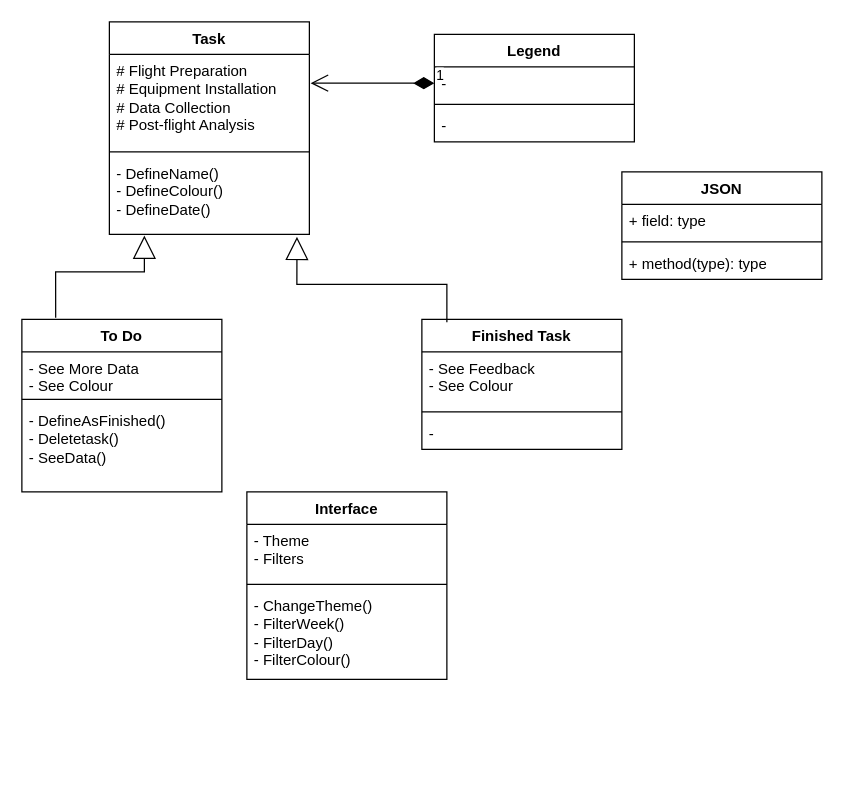
Earlier version of the draw.io diagram UML Diagram.drawio (AdrienMourotIPSA/Task-Manager-Interface_2ANB). Source tidied: cells renumbered, new cells numbered last; positions are measured from the earlier drawing's top-left corner, leaving out a move shared by most shapes. Both pictures are drawn from the tidied source at 125%, with x=0, y=0 at pixel (21, 21).
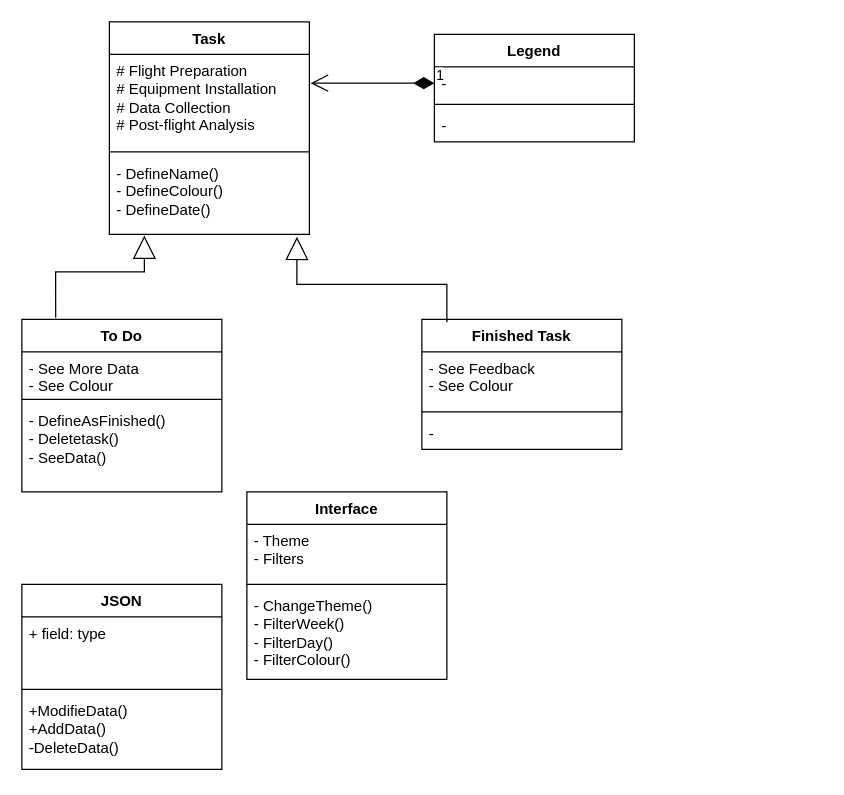
The same page after the edit.

Commit message (it also covers changes not shown here):
ajout de plusieurs fonctionnalitées : changement de langue, ajout d'un json pour l'enregistrement des données

The edit, as a diff of the source:
```diff
@@
     <mxCell id="21" value="JSON" style="swimlane;fontStyle=1;align=center;verticalAlign=top;horizontal=1;startSize=26;whiteSpace=wrap;html=1;" parent="1" vertex="1">
-      <mxGeometry x="480" y="120" width="160" height="86" as="geometry" />
+      <mxGeometry y="450" width="160" height="148" as="geometry" />
     </mxCell>
     <mxCell id="22" value="+ field: type" style="text;strokeColor=none;fillColor=none;align=left;verticalAlign=top;spacingLeft=4;spacingRight=4;overflow=hidden;whiteSpace=wrap;html=1;" parent="21" vertex="1">
-      <mxGeometry y="26" width="160" height="26" as="geometry" />
+      <mxGeometry y="26" width="160" height="54" as="geometry" />
     </mxCell>
     <mxCell id="23" style="line;strokeWidth=1;fillColor=none;align=left;verticalAlign=middle;spacingTop=-1;spacingLeft=3;spacingRight=3;labelPosition=right;strokeColor=inherit;" parent="21" vertex="1">
-      <mxGeometry y="52" width="160" height="8" as="geometry" />
+      <mxGeometry y="80" width="160" height="8" as="geometry" />
     </mxCell>
-    <mxCell id="24" value="+ method(type): type" style="text;strokeColor=none;fillColor=none;align=left;verticalAlign=top;spacingLeft=4;spacingRight=4;overflow=hidden;whiteSpace=wrap;html=1;" parent="21" vertex="1">
-      <mxGeometry y="60" width="160" height="26" as="geometry" />
+    <mxCell id="24" value="+ModifieData()&lt;div&gt;+AddData()&lt;/div&gt;&lt;div&gt;-DeleteData()&lt;/div&gt;" style="text;strokeColor=none;fillColor=none;align=left;verticalAlign=top;spacingLeft=4;spacingRight=4;overflow=hidden;whiteSpace=wrap;html=1;" parent="21" vertex="1">
+      <mxGeometry y="88" width="160" height="60" as="geometry" />
     </mxCell>
```
